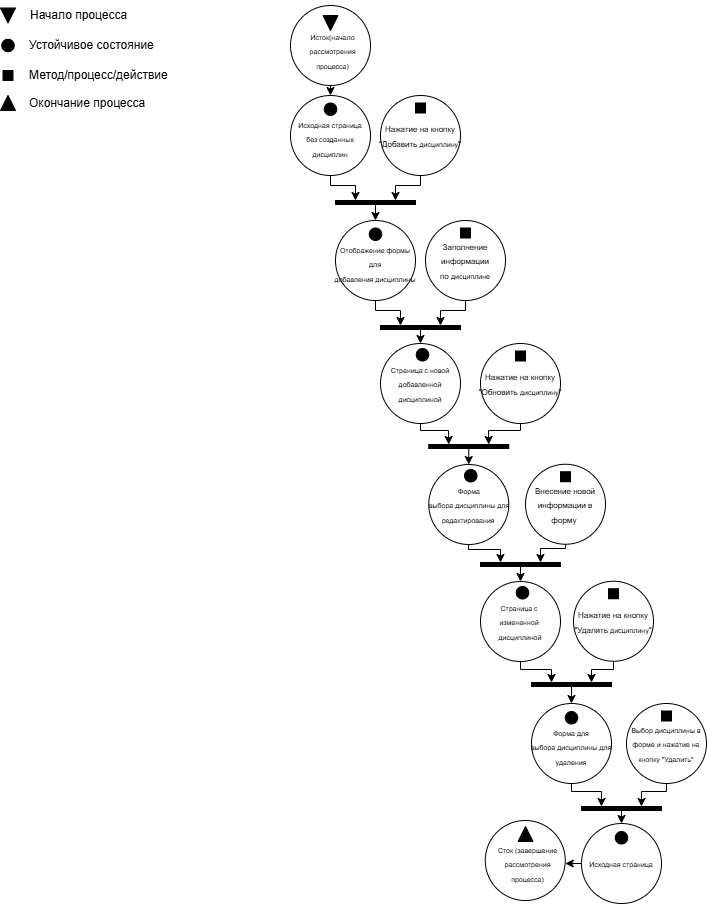
Above: task_5/Lab5_Сети_Петри_2.drawio.png in CensoredBoy/web_programming_labs (draw.io), before the change. Source tidied: cells renumbered, new cells last; positions are measured from the earlier drawing's top-left corner, leaving out a move shared by most shapes.
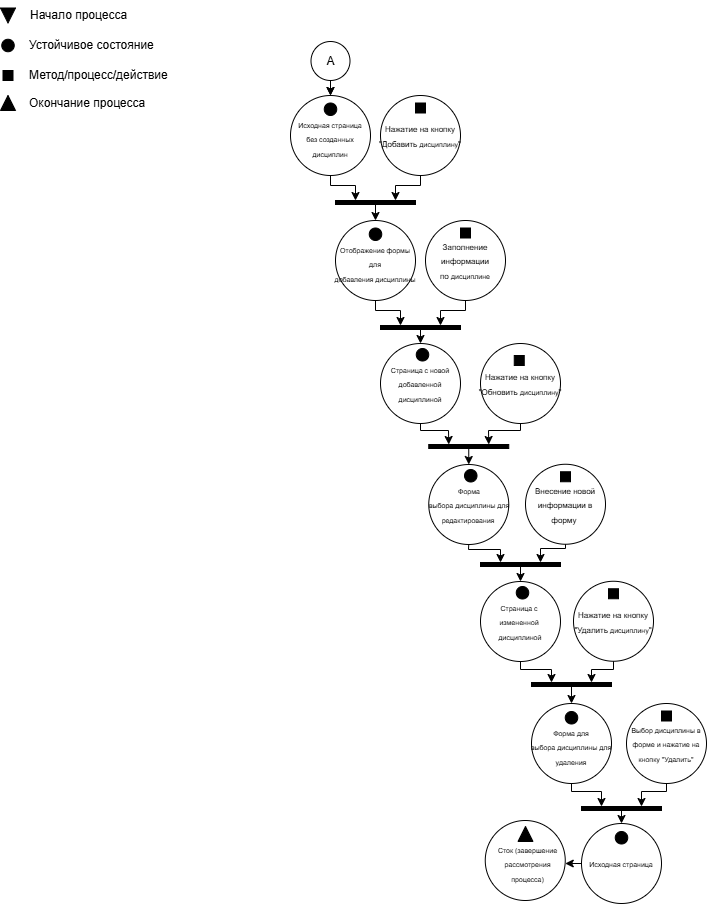
Later version of the same file.

The edit, as a diff of the source:
```diff
@@ -2,15 +2,6 @@
   <root>
     <mxCell id="0" />
     <mxCell id="1" parent="0" />
-    <mxCell id="2" style="ellipse;whiteSpace=wrap;html=1;" parent="1" vertex="1">
-      <mxGeometry x="290" y="5" width="80" height="80" as="geometry" />
-    </mxCell>
-    <mxCell id="3" style="triangle;whiteSpace=wrap;html=1;rotation=90;fillColor=#000000;" parent="1" vertex="1">
-      <mxGeometry x="322.5" y="15" width="15" height="15" as="geometry" />
-    </mxCell>
-    <mxCell id="4" value="&lt;font style=&quot;font-size: 7px;&quot;&gt;Исток(начало рассмотрения процесса)&lt;/font&gt;" style="text;html=1;align=center;verticalAlign=middle;whiteSpace=wrap;rounded=0;" parent="1" vertex="1">
-      <mxGeometry x="295" y="35" width="75" height="30" as="geometry" />
-    </mxCell>
     <mxCell id="5" style="ellipse;whiteSpace=wrap;html=1;" parent="1" vertex="1">
       <mxGeometry x="290" y="95" width="80" height="80" as="geometry" />
     </mxCell>
@@ -48,8 +39,10 @@
         </Array>
       </mxGeometry>
     </mxCell>
-    <mxCell id="14" style="endArrow=classic;html=1;rounded=0;exitX=0.5;exitY=1;exitDx=0;exitDy=0;entryX=0.5;entryY=0;entryDx=0;entryDy=0;" parent="1" edge="1" source="2" target="5">
-      <mxGeometry relative="1" as="geometry" />
+    <mxCell id="14" style="endArrow=classic;html=1;rounded=0;exitX=0.5;exitY=1;exitDx=0;exitDy=0;entryX=0.5;entryY=0;entryDx=0;entryDy=0;" parent="1" edge="1" target="5">
+      <mxGeometry relative="1" as="geometry">
+        <mxPoint x="330" y="85" as="sourcePoint" />
+      </mxGeometry>
     </mxCell>
     <mxCell id="15" style="ellipse;whiteSpace=wrap;html=1;" parent="1" vertex="1">
       <mxGeometry x="335" y="220" width="80" height="80" as="geometry" />
@@ -106,10 +99,7 @@
     <mxCell id="29" style="ellipse;whiteSpace=wrap;html=1;" parent="1" vertex="1">
       <mxGeometry x="480" y="343" width="80" height="80" as="geometry" />
     </mxCell>
-    <mxCell id="30" style="whiteSpace=wrap;html=1;fillColor=#000000;" parent="1" vertex="1">
-      <mxGeometry x="515" y="350.5" width="10" height="10" as="geometry" />
-    </mxCell>
-    <mxCell id="31" value="&lt;font style=&quot;font-size: 8px;&quot;&gt;Нажатие на кнопку &quot;Обновить&amp;nbsp;&lt;span style=&quot;font-size: 7px;&quot;&gt;дисциплину&lt;/span&gt;&quot;&lt;/font&gt;" style="text;html=1;align=center;verticalAlign=middle;whiteSpace=wrap;rounded=0;" parent="1" vertex="1">
+    <mxCell id="31" value="&lt;font style=&quot;font-size: 8px;&quot;&gt;Нажатие на кнопку &quot;Обновить&amp;nbsp;&lt;span style=&quot;font-size: 7px;&quot;&gt;дисциплину&lt;/span&gt;&quot;&lt;/font&gt;" style="text;html=1;align=center;verticalAlign=middle;whiteSpace=wrap;rounded=0;sketch=1;curveFitting=1;jiggle=2;" parent="1" vertex="1">
       <mxGeometry x="480" y="368" width="80" height="30" as="geometry" />
     </mxCell>
     <mxCell id="32" style="rounded=0;whiteSpace=wrap;html=1;fillColor=#000000;" parent="1" vertex="1">
@@ -299,5 +289,14 @@
     <mxCell id="80" value="Окончание процесса" style="text;html=1;align=left;verticalAlign=middle;whiteSpace=wrap;rounded=0;" parent="1" vertex="1">
       <mxGeometry x="27" y="87.5" width="148.8" height="30" as="geometry" />
     </mxCell>
+    <mxCell id="81" style="edgeStyle=orthogonalEdgeStyle;rounded=0;jettySize=auto;html=1;exitX=0.5;exitY=1;exitDx=0;exitDy=0;entryX=0.5;entryY=0;entryDx=0;entryDy=0;" parent="1" edge="1" source="82" target="5">
+      <mxGeometry relative="1" as="geometry" />
+    </mxCell>
+    <mxCell id="82" value="А" style="ellipse;whiteSpace=wrap;html=1;" parent="1" vertex="1">
+      <mxGeometry x="310.5" y="41" width="39" height="39" as="geometry" />
+    </mxCell>
+    <mxCell id="83" style="whiteSpace=wrap;html=1;fillColor=#000000;" parent="1" vertex="1">
+      <mxGeometry x="513.8" y="355" width="10" height="10" as="geometry" />
+    </mxCell>
   </root>
 </mxGraphModel>
```
